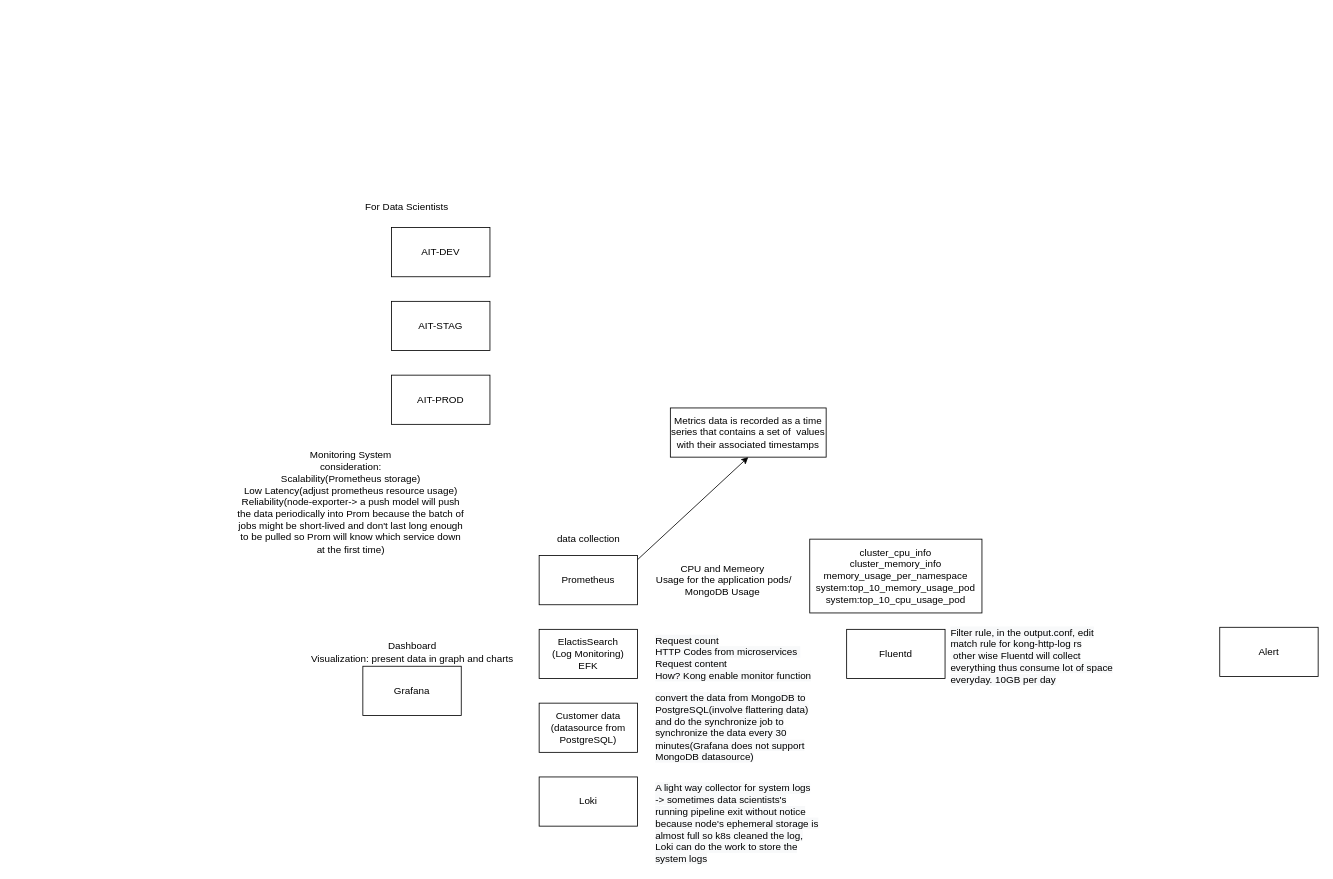
Above: sap.drawio in superkjp/docs (draw.io), before the change. Source tidied: cells renumbered, new cells numbered last; positions are measured from the earlier drawing's top-left corner, leaving out a move shared by most shapes. Both pictures are drawn from the tidied source at 82%, with x=0, y=0 at pixel (227, 194).
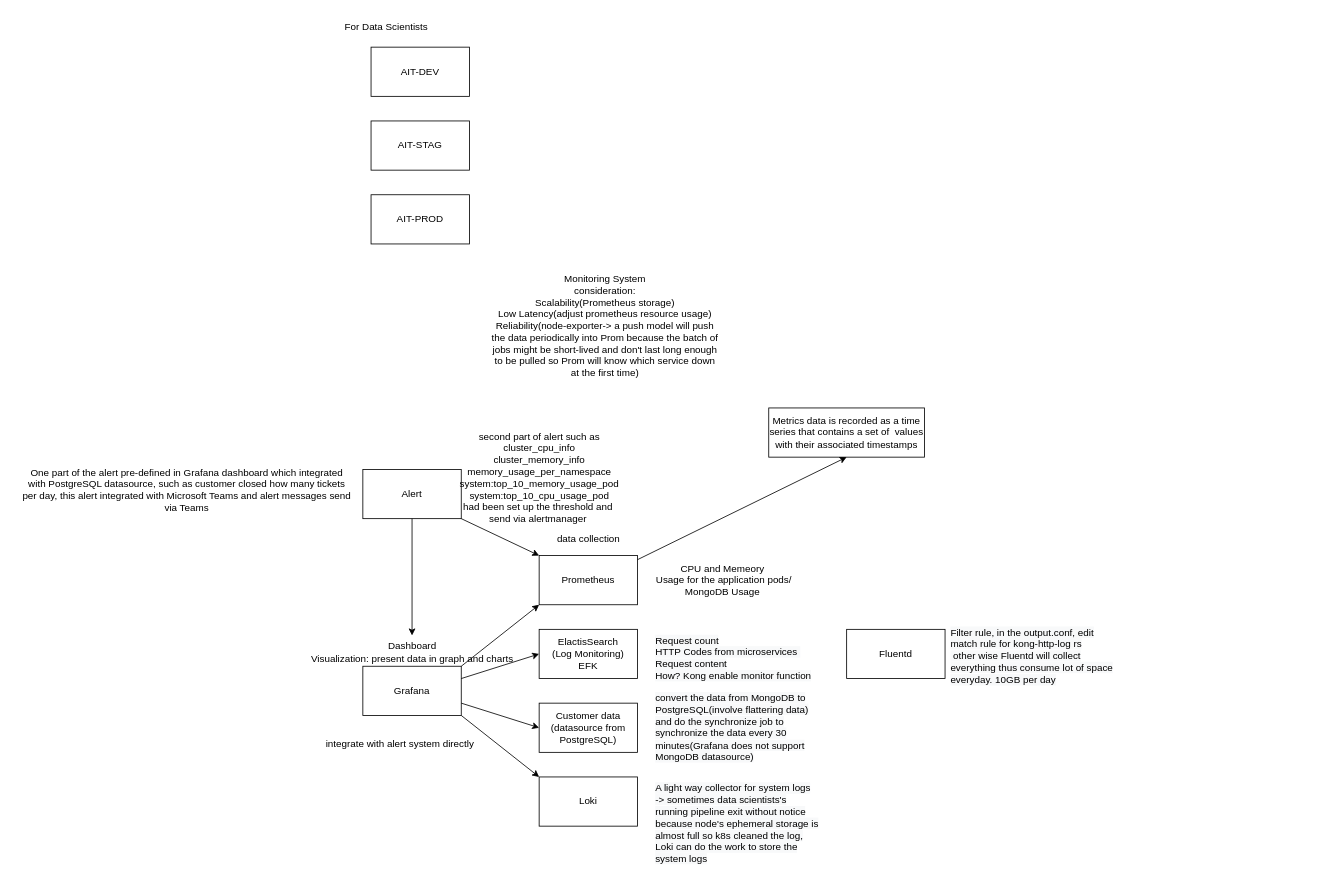
After the change.

The change refers to these unchanged cells:
```xml
<mxCell id="6" value="Grafana" style="whiteSpace=wrap;html=1;" parent="1" vertex="1">
  <mxGeometry x="165" y="575" width="120" height="60" as="geometry" />
</mxCell>
<mxCell id="8" value="Prometheus" style="whiteSpace=wrap;html=1;" parent="1" vertex="1">
  <mxGeometry x="380" y="440" width="120" height="60" as="geometry" />
</mxCell>
<mxCell id="10" value="Customer data&lt;br&gt;(datasource from PostgreSQL)" style="whiteSpace=wrap;html=1;" parent="1" vertex="1">
  <mxGeometry x="380" y="620" width="120" height="60" as="geometry" />
</mxCell>
<mxCell id="11" value="ElactisSearch&lt;br&gt;(Log Monitoring)&lt;br&gt;EFK" style="whiteSpace=wrap;html=1;" parent="1" vertex="1">
  <mxGeometry x="380" y="530" width="120" height="60" as="geometry" />
</mxCell>
<mxCell id="12" value="Dashboard&lt;br&gt;Visualization: present data in graph and charts" style="text;html=1;align=center;verticalAlign=middle;points=[];strokeColor=none;fillColor=none;" parent="1" vertex="1">
  <mxGeometry x="90" y="537.5" width="270" height="40" as="geometry" />
</mxCell>
<mxCell id="17" value="Loki" style="whiteSpace=wrap;html=1;" parent="1" vertex="1">
  <mxGeometry x="380" y="710" width="120" height="60" as="geometry" />
</mxCell>
```

The edit, as a diff of the source:
```diff
@@
     <mxCell id="2" value="AIT-DEV" style="rounded=0;whiteSpace=wrap;html=1;" parent="1" vertex="1">
-      <mxGeometry x="200" y="40" width="120" height="60" as="geometry" />
+      <mxGeometry x="175" y="-180" width="120" height="60" as="geometry" />
     </mxCell>
     <mxCell id="3" value="AIT-STAG" style="rounded=0;whiteSpace=wrap;html=1;" parent="1" vertex="1">
-      <mxGeometry x="200" y="130" width="120" height="60" as="geometry" />
+      <mxGeometry x="175" y="-90" width="120" height="60" as="geometry" />
     </mxCell>
     <mxCell id="4" value="AIT-PROD" style="rounded=0;whiteSpace=wrap;html=1;" parent="1" vertex="1">
-      <mxGeometry x="200" y="220" width="120" height="60" as="geometry" />
+      <mxGeometry x="175" width="120" height="60" as="geometry" />
     </mxCell>
     <mxCell id="5" value="For Data Scientists&amp;nbsp;" style="text;html=1;align=center;verticalAlign=middle;strokeColor=none;fillColor=none;" parent="1" vertex="1">
-      <mxGeometry x="155" width="130" height="30" as="geometry" />
+      <mxGeometry x="130" y="-220" width="130" height="30" as="geometry" />
     </mxCell>
@@
     <mxCell id="7" value="Monitoring System&lt;br&gt;consideration:&lt;br&gt;Scalability(Prometheus storage)&lt;br&gt;Low Latency(adjust prometheus resource usage)&lt;br&gt;Reliability(node-exporter-&amp;gt; a push model will push &lt;br&gt;the data periodically into Prom because the batch of &lt;br&gt;jobs might be short-lived and don't last long enough &lt;br&gt;to be pulled so Prom will know which service down &lt;br&gt;at the first time)" style="text;html=1;align=center;verticalAlign=middle;strokeColor=none;fillColor=none;" parent="1" vertex="1">
-      <mxGeometry y="305" width="300" height="140" as="geometry" />
+      <mxGeometry x="310" y="90" width="300" height="140" as="geometry" />
     </mxCell>
@@
-    <mxCell id="19" value="cluster_cpu_info&lt;br&gt;cluster_memory_info&lt;br&gt;memory_usage_per_namespace&lt;br&gt;system:top_10_memory_usage_pod&lt;br&gt;system:top_10_cpu_usage_pod" style="whiteSpace=wrap;html=1;" parent="1" vertex="1">
-      <mxGeometry x="710" y="420" width="210" height="90" as="geometry" />
-    </mxCell>
@@
     <mxCell id="21" value="Metrics data is recorded as a time series that contains a set of&amp;nbsp; values with their associated timestamps" style="whiteSpace=wrap;html=1;" parent="1" vertex="1">
-      <mxGeometry x="540" y="260" width="190" height="60" as="geometry" />
+      <mxGeometry x="660" y="260" width="190" height="60" as="geometry" />
     </mxCell>
@@
     <mxCell id="23" value="Alert" style="whiteSpace=wrap;html=1;" parent="1" vertex="1">
-      <mxGeometry x="1210" y="527.5" width="120" height="60" as="geometry" />
+      <mxGeometry x="165" y="335" width="120" height="60" as="geometry" />
     </mxCell>
+    <mxCell id="24" value="integrate with alert system directly" style="text;html=1;align=center;verticalAlign=middle;strokeColor=none;fillColor=none;" parent="1" vertex="1">
+      <mxGeometry x="110" y="655" width="200" height="30" as="geometry" />
+    </mxCell>
+    <mxCell id="25" style="endArrow=classic;html=1;rounded=0;entryX=0;entryY=0;entryDx=0;entryDy=0;exitX=1;exitY=1;exitDx=0;exitDy=0;" parent="1" edge="1" source="23" target="8">
+      <mxGeometry relative="1" as="geometry" />
+    </mxCell>
+    <mxCell id="26" style="endArrow=classic;html=1;rounded=0;exitX=0.5;exitY=1;exitDx=0;exitDy=0;" parent="1" edge="1" source="23" target="12">
+      <mxGeometry relative="1" as="geometry" />
+    </mxCell>
+    <mxCell id="27" value="One part of the alert pre-defined in Grafana dashboard which integrated &lt;br&gt;with PostgreSQL datasource, such as customer closed how many tickets&lt;br&gt;per day, this alert integrated with Microsoft Teams and alert messages send&lt;br&gt;via Teams" style="text;html=1;align=center;verticalAlign=middle;strokeColor=none;fillColor=none;" parent="1" vertex="1">
+      <mxGeometry x="-260" y="325" width="420" height="70" as="geometry" />
+    </mxCell>
+    <mxCell id="28" value="second part of alert such as&lt;br&gt;&lt;span style=&quot;&quot;&gt;cluster_cpu_info&lt;/span&gt;&lt;br style=&quot;&quot;&gt;&lt;span style=&quot;&quot;&gt;cluster_memory_info&lt;/span&gt;&lt;br style=&quot;&quot;&gt;&lt;span style=&quot;&quot;&gt;memory_usage_per_namespace&lt;/span&gt;&lt;br style=&quot;&quot;&gt;&lt;span style=&quot;&quot;&gt;system:top_10_memory_usage_pod&lt;/span&gt;&lt;br style=&quot;&quot;&gt;&lt;span style=&quot;&quot;&gt;system:top_10_cpu_usage_pod&lt;br&gt;&lt;/span&gt;had been set up the threshold and&amp;nbsp;&lt;br&gt;send via alertmanager&amp;nbsp;" style="text;html=1;align=center;verticalAlign=middle;strokeColor=none;fillColor=none;" parent="1" vertex="1">
+      <mxGeometry x="270" y="280" width="220" height="130" as="geometry" />
+    </mxCell>
+    <mxCell id="29" style="endArrow=classic;html=1;rounded=0;entryX=0;entryY=1;entryDx=0;entryDy=0;" parent="1" edge="1" target="8">
+      <mxGeometry relative="1" as="geometry">
+        <mxPoint x="285" y="575" as="sourcePoint" />
+      </mxGeometry>
+    </mxCell>
+    <mxCell id="30" style="endArrow=classic;html=1;rounded=0;entryX=0;entryY=0.5;entryDx=0;entryDy=0;exitX=1;exitY=0.25;exitDx=0;exitDy=0;" parent="1" edge="1" source="6" target="11">
+      <mxGeometry relative="1" as="geometry" />
+    </mxCell>
+    <mxCell id="31" style="endArrow=classic;html=1;rounded=0;exitX=1;exitY=0.75;exitDx=0;exitDy=0;entryX=0;entryY=0.5;entryDx=0;entryDy=0;" parent="1" edge="1" source="6" target="10">
+      <mxGeometry relative="1" as="geometry" />
+    </mxCell>
+    <mxCell id="32" style="endArrow=classic;html=1;rounded=0;entryX=0;entryY=0;entryDx=0;entryDy=0;exitX=1;exitY=1;exitDx=0;exitDy=0;" parent="1" edge="1" source="6" target="17">
+      <mxGeometry relative="1" as="geometry" />
+    </mxCell>
```
